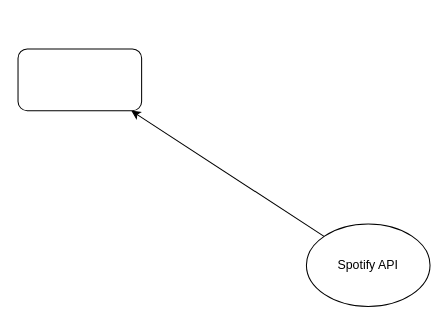
AlvaroBarragan/spotify-web-api-java keeps this draw.io diagram as Diagrama sin título.drawio. Above is the earlier version. Source tidied: cells renumbered, new cells numbered last; positions are measured from the earlier drawing's top-left corner, leaving out a move shared by most shapes. Both pictures are drawn from the tidied source at 103%, with x=0, y=0 at pixel (18, 48). Pictures stored in the file or linked from it are replaced by grey dashed boxes.
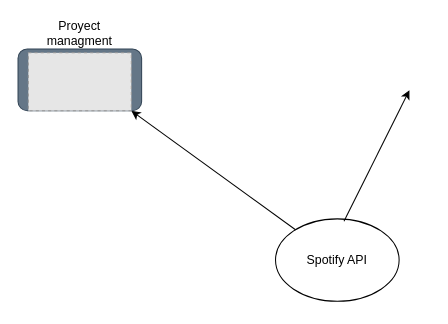
After the change.

Change to the diagram source:
```diff
@@
 <mxGraphModel>
   <root>
     <mxCell id="0" />
     <mxCell id="1" parent="0" />
     <mxCell id="2" value="Spotify API" style="ellipse;whiteSpace=wrap;html=1;" parent="1" vertex="1">
-      <mxGeometry x="280" y="170" width="120" height="80" as="geometry" />
+      <mxGeometry x="250" y="165" width="120" height="80" as="geometry" />
     </mxCell>
     <mxCell id="3" style="endArrow=classic;html=1;rounded=0;" parent="1" edge="1" source="2">
       <mxGeometry relative="1" as="geometry">
         <mxPoint x="110" y="60" as="targetPoint" />
       </mxGeometry>
     </mxCell>
-    <mxCell id="4" style="rounded=1;whiteSpace=wrap;html=1;" parent="1" vertex="1">
+    <mxCell id="4" style="rounded=1;whiteSpace=wrap;html=1;fillColor=#647687;strokeColor=#314354;fontColor=#ffffff;" parent="1" vertex="1">
       <mxGeometry width="120" height="60" as="geometry" />
     </mxCell>
+    <mxCell id="5" style="fillColor=#E6E6E6;strokeColor=#999999;dashed=1;verticalLabelPosition=bottom;labelBackgroundColor=default;verticalAlign=top;" parent="1" vertex="1">
+      <mxGeometry x="10" y="3.8" width="100" height="56.2" as="geometry" />
+    </mxCell>
+    <mxCell id="6" value="Proyect managment" style="text;html=1;align=center;verticalAlign=middle;whiteSpace=wrap;rounded=0;" parent="1" vertex="1">
+      <mxGeometry x="30" y="-30" width="60" height="30" as="geometry" />
+    </mxCell>
+    <mxCell id="7" style="endArrow=classic;html=1;rounded=0;exitX=0.554;exitY=0.029;exitDx=0;exitDy=0;exitPerimeter=0;" parent="1" edge="1" source="2">
+      <mxGeometry relative="1" as="geometry">
+        <mxPoint x="380" y="40" as="targetPoint" />
+      </mxGeometry>
+    </mxCell>
   </root>
 </mxGraphModel>
```
